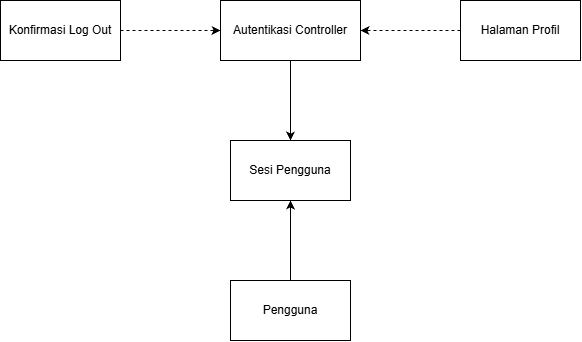
hehey304/IF2150-RPL-K01-G10 keeps this draw.io diagram as docs/M4/assets/diagram/Diagram Kelas Use Case UC12.png. Above is the earlier version. Source tidied: cells renumbered, new cells last; positions are measured from the earlier drawing's top-left corner, leaving out a move shared by most shapes.
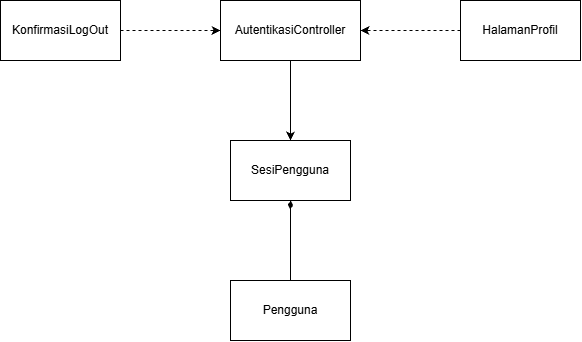
The same diagram one commit later.

Commit message:
fix: Memperbaiki diagram UC03, UC12, UC15

The edit, as a diff of the source:
```diff
@@ -2,16 +2,16 @@
   <root>
     <mxCell id="0" />
     <mxCell id="1" parent="0" />
-    <mxCell id="2" value="Konfirmasi Log Out" style="rounded=0;whiteSpace=wrap;html=1;" parent="1" vertex="1">
+    <mxCell id="2" value="KonfirmasiLogOut" style="rounded=0;whiteSpace=wrap;html=1;" parent="1" vertex="1">
       <mxGeometry width="120" height="60" as="geometry" />
     </mxCell>
     <mxCell id="3" style="endArrow=classic;dashed=1;html=1;rounded=0;exitX=1;exitY=0.5;exitDx=0;exitDy=0;endFill=1;entryX=0;entryY=0.5;entryDx=0;entryDy=0;" parent="1" edge="1" source="2" target="4">
       <mxGeometry relative="1" as="geometry" />
     </mxCell>
-    <mxCell id="4" value="Autentikasi Controller" style="rounded=0;whiteSpace=wrap;html=1;" parent="1" vertex="1">
+    <mxCell id="4" value="AutentikasiController" style="rounded=0;whiteSpace=wrap;html=1;" parent="1" vertex="1">
       <mxGeometry x="220" width="140" height="60" as="geometry" />
     </mxCell>
-    <mxCell id="5" value="Sesi Pengguna" style="rounded=0;whiteSpace=wrap;html=1;" parent="1" vertex="1">
+    <mxCell id="5" value="SesiPengguna" style="rounded=0;whiteSpace=wrap;html=1;" parent="1" vertex="1">
       <mxGeometry x="230" y="140" width="120" height="60" as="geometry" />
     </mxCell>
     <mxCell id="6" style="endArrow=classic;html=1;rounded=0;exitX=0.5;exitY=1;exitDx=0;exitDy=0;entryX=0.5;entryY=0;entryDx=0;entryDy=0;" parent="1" edge="1" source="4" target="5">
@@ -20,10 +20,10 @@
     <mxCell id="7" value="Pengguna" style="rounded=0;whiteSpace=wrap;html=1;" parent="1" vertex="1">
       <mxGeometry x="230" y="280" width="120" height="60" as="geometry" />
     </mxCell>
-    <mxCell id="8" style="endArrow=classic;html=1;rounded=0;exitX=0.5;exitY=0;exitDx=0;exitDy=0;entryX=0.5;entryY=1;entryDx=0;entryDy=0;" parent="1" edge="1" source="7" target="5">
+    <mxCell id="8" style="endArrow=diamondThin;html=1;rounded=0;exitX=0.5;exitY=0;exitDx=0;exitDy=0;entryX=0.5;entryY=1;entryDx=0;entryDy=0;endFill=1;" parent="1" edge="1" source="7" target="5">
       <mxGeometry relative="1" as="geometry" />
     </mxCell>
-    <mxCell id="9" value="Halaman Profil" style="rounded=0;whiteSpace=wrap;html=1;" parent="1" vertex="1">
+    <mxCell id="9" value="HalamanProfil" style="rounded=0;whiteSpace=wrap;html=1;" parent="1" vertex="1">
       <mxGeometry x="460" width="120" height="60" as="geometry" />
     </mxCell>
     <mxCell id="10" style="endArrow=classic;dashed=1;html=1;rounded=0;entryX=1;entryY=0.5;entryDx=0;entryDy=0;exitX=0;exitY=0.5;exitDx=0;exitDy=0;startArrow=none;startFill=0;endFill=1;" parent="1" edge="1" source="9" target="4">
```
